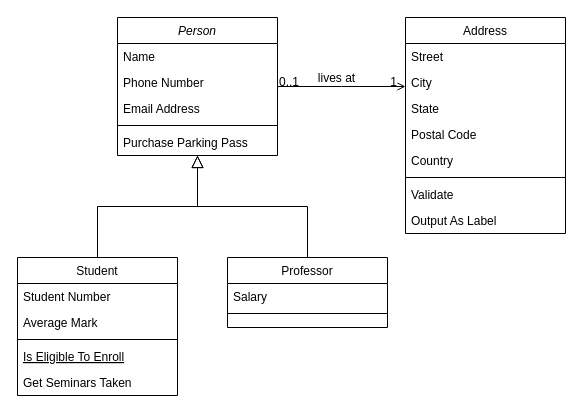
Before: APS_tugas5.drawio in ahmrh/diagrams.net, a draw.io diagram. Source tidied: cells renumbered, new cells numbered last; positions are measured from the earlier drawing's top-left corner, leaving out a move shared by most shapes. Both pictures are drawn from the tidied source at 100%, with x=0, y=0 at pixel (17, 17).
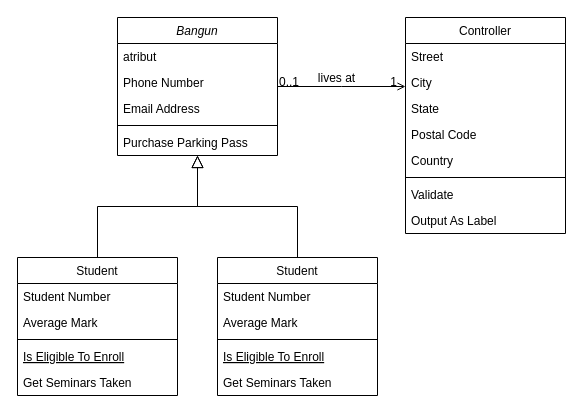
The same diagram, later.

Change to the diagram source:
```diff
@@
-    <mxCell id="2" value="Person" style="swimlane;fontStyle=2;align=center;verticalAlign=top;horizontal=1;startSize=26;rounded=0;shadow=0;strokeWidth=1;" parent="1" vertex="1">
+    <mxCell id="2" value="Bangun" style="swimlane;fontStyle=2;align=center;verticalAlign=top;horizontal=1;startSize=26;rounded=0;shadow=0;strokeWidth=1;" parent="1" vertex="1">
       <mxGeometry x="100" width="160" height="138" as="geometry" />
     </mxCell>
-    <mxCell id="3" value="Name" style="text;align=left;verticalAlign=top;spacingLeft=4;spacingRight=4;overflow=hidden;" parent="2" vertex="1">
+    <mxCell id="3" value="atribut" style="text;align=left;verticalAlign=top;spacingLeft=4;spacingRight=4;overflow=hidden;" parent="2" vertex="1">
       <mxGeometry y="26" width="160" height="26" as="geometry" />
     </mxCell>
@@
-    <mxCell id="15" value="Professor" style="swimlane;fontStyle=0;align=center;verticalAlign=top;horizontal=1;startSize=26;rounded=0;shadow=0;strokeWidth=1;" parent="1" vertex="1">
-      <mxGeometry x="210" y="240" width="160" height="70" as="geometry" />
-    </mxCell>
-    <mxCell id="16" value="Salary" style="text;align=left;verticalAlign=top;spacingLeft=4;spacingRight=4;overflow=hidden;" parent="15" vertex="1">
-      <mxGeometry y="26" width="160" height="26" as="geometry" />
-    </mxCell>
-    <mxCell id="17" style="line;html=1;strokeWidth=1;align=left;verticalAlign=middle;spacingTop=-1;spacingLeft=3;spacingRight=3;labelPosition=right;" parent="15" vertex="1">
-      <mxGeometry y="52" width="160" height="8" as="geometry" />
-    </mxCell>
-    <mxCell id="18" style="endArrow=block;endSize=10;endFill=0;shadow=0;strokeWidth=1;rounded=0;edgeStyle=elbowEdgeStyle;elbow=vertical;" parent="1" edge="1" source="15" target="2">
-      <mxGeometry relative="1" as="geometry" />
-    </mxCell>
-    <mxCell id="19" value="Address" style="swimlane;fontStyle=0;align=center;verticalAlign=top;horizontal=1;startSize=26;rounded=0;shadow=0;strokeWidth=1;" parent="1" vertex="1">
+    <mxCell id="19" value="Controller" style="swimlane;fontStyle=0;align=center;verticalAlign=top;horizontal=1;startSize=26;rounded=0;shadow=0;strokeWidth=1;" parent="1" vertex="1">
       <mxGeometry x="388" width="160" height="216" as="geometry" />
     </mxCell>
@@
+    <mxCell id="32" value="Student" style="swimlane;fontStyle=0;align=center;verticalAlign=top;horizontal=1;startSize=26;rounded=0;shadow=0;strokeWidth=1;" parent="1" vertex="1">
+      <mxGeometry x="200" y="240" width="160" height="138" as="geometry" />
+    </mxCell>
+    <mxCell id="33" value="Student Number" style="text;align=left;verticalAlign=top;spacingLeft=4;spacingRight=4;overflow=hidden;" parent="32" vertex="1">
+      <mxGeometry y="26" width="160" height="26" as="geometry" />
+    </mxCell>
+    <mxCell id="34" value="Average Mark" style="text;align=left;verticalAlign=top;spacingLeft=4;spacingRight=4;overflow=hidden;rounded=0;shadow=0;html=0;" parent="32" vertex="1">
+      <mxGeometry y="52" width="160" height="26" as="geometry" />
+    </mxCell>
+    <mxCell id="35" style="line;html=1;strokeWidth=1;align=left;verticalAlign=middle;spacingTop=-1;spacingLeft=3;spacingRight=3;labelPosition=right;" parent="32" vertex="1">
+      <mxGeometry y="78" width="160" height="8" as="geometry" />
+    </mxCell>
+    <mxCell id="36" value="Is Eligible To Enroll" style="text;align=left;verticalAlign=top;spacingLeft=4;spacingRight=4;overflow=hidden;fontStyle=4;" parent="32" vertex="1">
+      <mxGeometry y="86" width="160" height="26" as="geometry" />
+    </mxCell>
+    <mxCell id="37" value="Get Seminars Taken" style="text;align=left;verticalAlign=top;spacingLeft=4;spacingRight=4;overflow=hidden;" parent="32" vertex="1">
+      <mxGeometry y="112" width="160" height="26" as="geometry" />
+    </mxCell>
+    <mxCell id="38" style="endArrow=block;endSize=10;endFill=0;shadow=0;strokeWidth=1;rounded=0;edgeStyle=elbowEdgeStyle;elbow=vertical;" parent="1" edge="1" source="32" target="2">
+      <mxGeometry relative="1" as="geometry" />
+    </mxCell>
```
